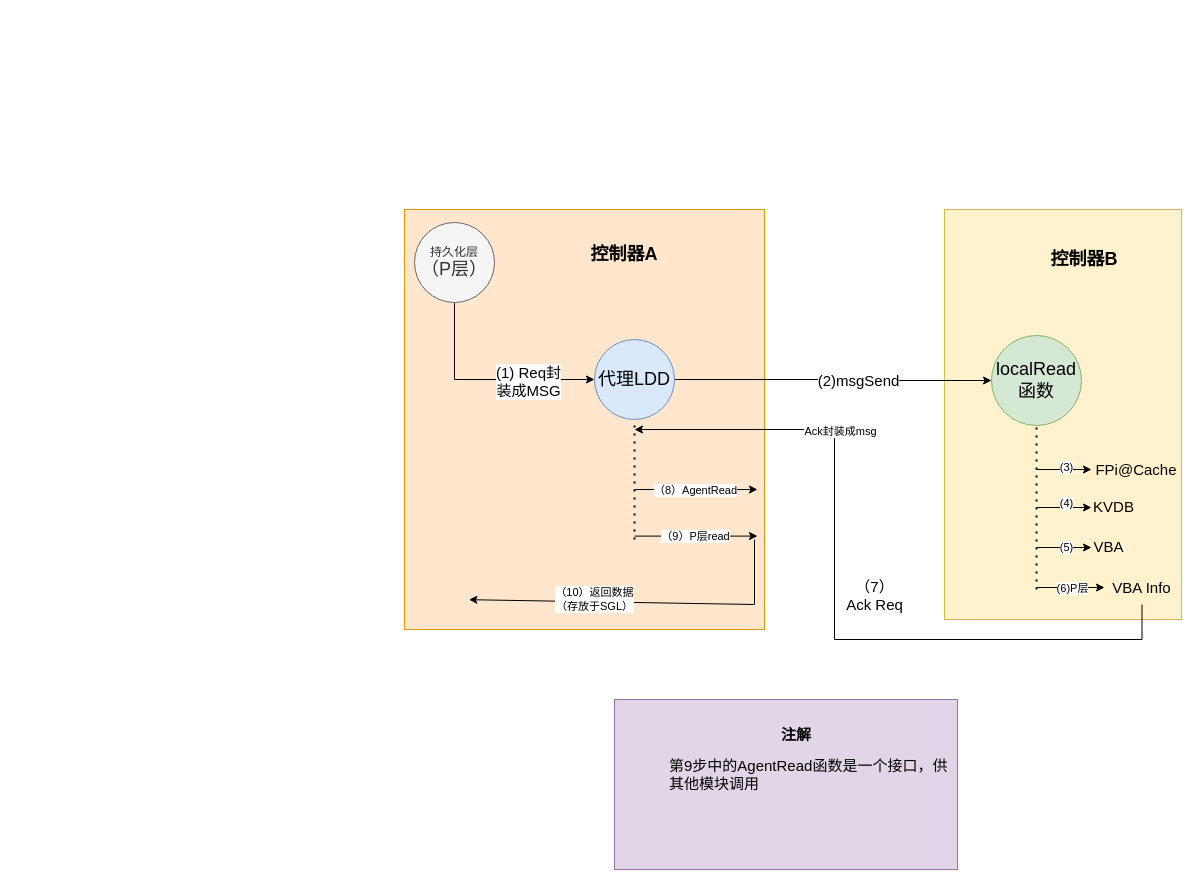
This is MSG转发.drawio from 1152545264/DrawioPaint, a draw.io file, before an edit. Source tidied: cells renumbered, new cells numbered last; positions are measured from the earlier drawing's top-left corner, leaving out a move shared by most shapes. Both pictures are drawn from the tidied source at 100%, with x=0, y=0 at pixel (404, 209).
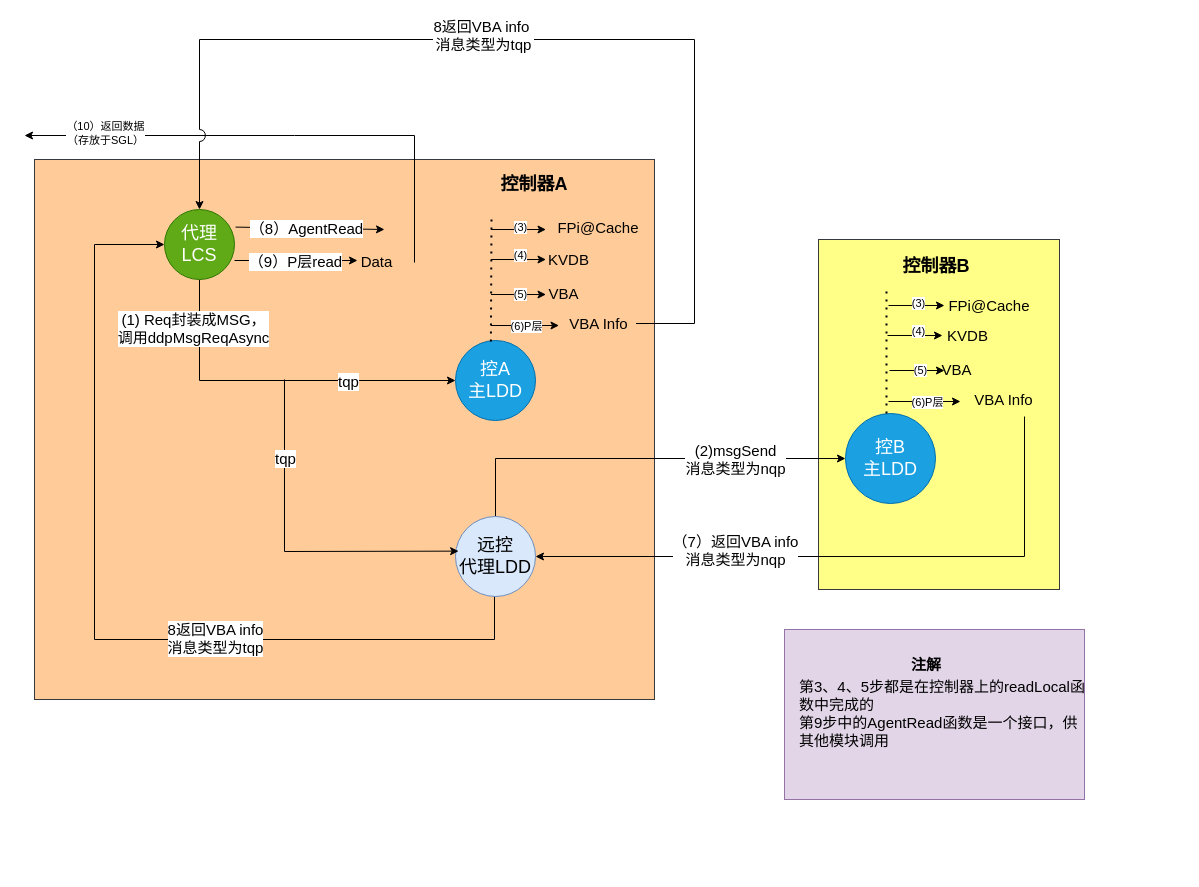
After the change.

What changed in the source:
```diff
@@
-    <mxCell id="2" style="rounded=0;whiteSpace=wrap;html=1;fillColor=#ffe6cc;strokeColor=#d79b00;" parent="1" vertex="1">
-      <mxGeometry width="360" height="420" as="geometry" />
-    </mxCell>
-    <mxCell id="3" style="rounded=0;whiteSpace=wrap;html=1;fillColor=#fff2cc;strokeColor=#d6b656;" parent="1" vertex="1">
-      <mxGeometry x="540" width="237" height="410" as="geometry" />
-    </mxCell>
+    <mxCell id="40" style="rounded=0;whiteSpace=wrap;html=1;fillColor=#ffff88;strokeColor=#36393d;" parent="1" vertex="1">
+      <mxGeometry x="414" y="30" width="241" height="350" as="geometry" />
+    </mxCell>
+    <mxCell id="41" style="rounded=0;whiteSpace=wrap;html=1;fillColor=#ffcc99;strokeColor=#36393d;" parent="1" vertex="1">
+      <mxGeometry x="-370" y="-50" width="620" height="540" as="geometry" />
+    </mxCell>
-    <mxCell id="4" style="edgeStyle=orthogonalEdgeStyle;rounded=0;jettySize=auto;html=1;exitX=0.5;exitY=1;exitDx=0;exitDy=0;entryX=0;entryY=0.5;entryDx=0;entryDy=0;" parent="1" edge="1" source="6" target="9">
+    <mxCell id="4" style="edgeStyle=orthogonalEdgeStyle;rounded=0;jettySize=auto;html=1;exitX=0.5;exitY=1;exitDx=0;exitDy=0;entryX=0;entryY=0.5;entryDx=0;entryDy=0;" parent="1" edge="1" source="6" target="45">
       <mxGeometry relative="1" as="geometry" />
     </mxCell>
-    <mxCell id="5" value="&lt;font style=&quot;font-size: 15px;&quot;&gt;(1) Req封&lt;br&gt;装成MSG&lt;/font&gt;" style="edgeLabel;html=1;align=center;verticalAlign=middle;" parent="4" vertex="1">
-      <mxGeometry x="0.38" y="-1" relative="1" as="geometry" />
+    <mxCell id="5" value="&lt;font style=&quot;font-size: 15px;&quot;&gt;(1) Req封装成MSG，&lt;br&gt;调用ddpMsgReqAsync&lt;/font&gt;" style="edgeLabel;html=1;align=center;verticalAlign=middle;" parent="4" vertex="1">
+      <mxGeometry x="0.38" y="-1" relative="1" as="geometry">
+        <mxPoint x="-152" y="-54" as="offset" />
+      </mxGeometry>
     </mxCell>
+    <mxCell id="42" value="&lt;font style=&quot;font-size: 15px;&quot;&gt;tqp&lt;/font&gt;" style="edgeLabel;html=1;align=center;verticalAlign=middle;" parent="4" vertex="1">
+      <mxGeometry x="0.56" y="-3" relative="1" as="geometry">
+        <mxPoint x="-29" y="-3" as="offset" />
+      </mxGeometry>
+    </mxCell>
-    <mxCell id="6" value="持久化层&lt;br style=&quot;border-color: var(--border-color); color: rgb(51, 51, 51); font-size: 18px;&quot;&gt;&lt;span style=&quot;color: rgb(51, 51, 51); font-size: 18px;&quot;&gt;（P层）&lt;/span&gt;" style="ellipse;whiteSpace=wrap;html=1;fillColor=#f5f5f5;fontColor=#333333;strokeColor=#666666;" parent="1" vertex="1">
-      <mxGeometry x="10" y="13" width="80" height="80" as="geometry" />
+    <mxCell id="6" value="&lt;font style=&quot;font-size: 18px;&quot;&gt;代理LCS&lt;/font&gt;" style="ellipse;whiteSpace=wrap;html=1;fillColor=#60a917;fontColor=#ffffff;strokeColor=#2D7600;" parent="1" vertex="1">
+      <mxGeometry x="-240" width="70" height="70" as="geometry" />
     </mxCell>
-    <mxCell id="7" style="edgeStyle=orthogonalEdgeStyle;rounded=0;jettySize=auto;html=1;entryX=0;entryY=0.5;entryDx=0;entryDy=0;" parent="1" edge="1" source="9" target="10">
-      <mxGeometry relative="1" as="geometry" />
+    <mxCell id="7" style="edgeStyle=orthogonalEdgeStyle;rounded=0;jettySize=auto;html=1;exitX=0.5;exitY=0;exitDx=0;exitDy=0;entryX=0;entryY=0.5;entryDx=0;entryDy=0;" parent="1" edge="1" source="9" target="10">
+      <mxGeometry relative="1" as="geometry">
+        <Array as="points">
+          <mxPoint x="91" y="249" />
+        </Array>
+      </mxGeometry>
     </mxCell>
-    <mxCell id="8" value="&lt;font style=&quot;font-size: 15px;&quot;&gt;(2)msgSend&lt;/font&gt;" style="edgeLabel;html=1;align=center;verticalAlign=middle;" parent="7" vertex="1">
+    <mxCell id="8" value="&lt;font style=&quot;font-size: 15px;&quot;&gt;(2)msgSend&lt;br&gt;消息类型为nqp&lt;br&gt;&lt;/font&gt;" style="edgeLabel;html=1;align=center;verticalAlign=middle;" parent="7" vertex="1">
       <mxGeometry x="-0.19" y="3" relative="1" as="geometry">
-        <mxPoint x="54" y="3" as="offset" />
+        <mxPoint x="132" y="3" as="offset" />
       </mxGeometry>
     </mxCell>
+    <mxCell id="43" style="edgeStyle=orthogonalEdgeStyle;rounded=0;jettySize=auto;html=1;entryX=0;entryY=0.5;entryDx=0;entryDy=0;exitX=0.5;exitY=1;exitDx=0;exitDy=0;" parent="1" edge="1" source="9" target="6">
+      <mxGeometry relative="1" as="geometry">
+        <Array as="points">
+          <mxPoint x="90" y="430" />
+          <mxPoint x="-310" y="430" />
+          <mxPoint x="-310" y="35" />
+        </Array>
+      </mxGeometry>
+    </mxCell>
+    <mxCell id="44" value="&lt;font style=&quot;font-size: 15px;&quot;&gt;8返回VBA info&lt;br&gt;消息类型为tqp&lt;/font&gt;" style="edgeLabel;html=1;align=center;verticalAlign=middle;" parent="43" vertex="1">
+      <mxGeometry x="-0.29" y="-2" relative="1" as="geometry">
+        <mxPoint x="-1" as="offset" />
+      </mxGeometry>
+    </mxCell>
-    <mxCell id="9" value="&lt;font style=&quot;font-size: 18px;&quot;&gt;代理LDD&lt;/font&gt;" style="ellipse;whiteSpace=wrap;html=1;fillColor=#dae8fc;strokeColor=#6c8ebf;" parent="1" vertex="1">
-      <mxGeometry x="190" y="130" width="80" height="80" as="geometry" />
+    <mxCell id="9" value="&lt;font style=&quot;font-size: 18px;&quot;&gt;远控&lt;br&gt;代理LDD&lt;/font&gt;" style="ellipse;whiteSpace=wrap;html=1;fillColor=#dae8fc;strokeColor=#6c8ebf;" parent="1" vertex="1">
+      <mxGeometry x="51" y="307" width="80" height="80" as="geometry" />
     </mxCell>
-    <mxCell id="10" value="&lt;span style=&quot;font-size: 18px;&quot;&gt;localRead&lt;br&gt;函数&lt;br&gt;&lt;/span&gt;" style="ellipse;whiteSpace=wrap;html=1;fillColor=#d5e8d4;strokeColor=#82b366;" parent="1" vertex="1">
-      <mxGeometry x="587" y="126" width="90" height="90" as="geometry" />
+    <mxCell id="10" value="&lt;span style=&quot;font-size: 18px;&quot;&gt;控B&lt;br&gt;主LDD&lt;br&gt;&lt;/span&gt;" style="ellipse;whiteSpace=wrap;html=1;fillColor=#1ba1e2;strokeColor=#006EAF;fontColor=#ffffff;" parent="1" vertex="1">
+      <mxGeometry x="441" y="204" width="90" height="90" as="geometry" />
     </mxCell>
-    <mxCell id="11" style="endArrow=classic;html=1;rounded=0;entryX=0;entryY=0.5;entryDx=0;entryDy=0;" parent="1" edge="1" target="13">
+    <mxCell id="11" style="endArrow=classic;html=1;rounded=0;entryX=0;entryY=0.5;entryDx=0;entryDy=0;" parent="1" edge="1">
       <mxGeometry relative="1" as="geometry">
-        <mxPoint x="632" y="260" as="sourcePoint" />
+        <mxPoint x="484" y="96" as="sourcePoint" />
+        <mxPoint x="540" y="96" as="targetPoint" />
       </mxGeometry>
     </mxCell>
@@
     <mxCell id="13" value="&lt;font style=&quot;font-size: 15px;&quot;&gt;FPi@Cache&lt;/font&gt;" style="text;strokeColor=none;align=center;fillColor=none;html=1;verticalAlign=middle;whiteSpace=wrap;rounded=0;" parent="1" vertex="1">
-      <mxGeometry x="687" y="243" width="90" height="34" as="geometry" />
+      <mxGeometry x="540" y="79" width="90" height="34" as="geometry" />
     </mxCell>
     <mxCell id="14" style="endArrow=classic;html=1;rounded=0;entryX=0;entryY=0.5;entryDx=0;entryDy=0;" parent="1" edge="1">
       <mxGeometry relative="1" as="geometry">
-        <mxPoint x="632" y="298" as="sourcePoint" />
-        <mxPoint x="687" y="298" as="targetPoint" />
+        <mxPoint x="483" y="126" as="sourcePoint" />
+        <mxPoint x="538" y="126" as="targetPoint" />
       </mxGeometry>
     </mxCell>
     <mxCell id="15" value="(4)" style="edgeLabel;html=1;align=center;verticalAlign=middle;" parent="14" vertex="1">
-      <mxGeometry x="0.04" y="5" relative="1" as="geometry" />
+      <mxGeometry x="0.04" y="5" relative="1" as="geometry">
+        <mxPoint x="1" as="offset" />
+      </mxGeometry>
     </mxCell>
     <mxCell id="16" value="&lt;font style=&quot;font-size: 15px;&quot;&gt;KVDB&lt;/font&gt;" style="text;strokeColor=none;align=center;fillColor=none;html=1;verticalAlign=middle;whiteSpace=wrap;rounded=0;" parent="1" vertex="1">
-      <mxGeometry x="682" y="280" width="55" height="34" as="geometry" />
+      <mxGeometry x="536" y="109" width="55" height="34" as="geometry" />
     </mxCell>
     <mxCell id="17" style="endArrow=classic;html=1;rounded=0;entryX=0;entryY=0.5;entryDx=0;entryDy=0;" parent="1" edge="1">
       <mxGeometry relative="1" as="geometry">
-        <mxPoint x="632" y="338" as="sourcePoint" />
-        <mxPoint x="687" y="338" as="targetPoint" />
+        <mxPoint x="485" y="161" as="sourcePoint" />
+        <mxPoint x="540" y="161" as="targetPoint" />
       </mxGeometry>
     </mxCell>
     <mxCell id="18" value="(5)" style="edgeLabel;html=1;align=center;verticalAlign=middle;" parent="17" vertex="1">
-      <mxGeometry x="0.04" y="1" relative="1" as="geometry" />
+      <mxGeometry x="0.04" y="1" relative="1" as="geometry">
+        <mxPoint x="1" as="offset" />
+      </mxGeometry>
     </mxCell>
     <mxCell id="19" value="&lt;font style=&quot;font-size: 15px;&quot;&gt;VBA&lt;/font&gt;" style="text;strokeColor=none;align=center;fillColor=none;html=1;verticalAlign=middle;whiteSpace=wrap;rounded=0;" parent="1" vertex="1">
-      <mxGeometry x="682" y="320" width="45" height="34" as="geometry" />
+      <mxGeometry x="530" y="143" width="45" height="34" as="geometry" />
     </mxCell>
-    <mxCell id="20" style="edgeStyle=orthogonalEdgeStyle;rounded=0;jettySize=auto;html=1;" parent="1" edge="1" source="23">
+    <mxCell id="20" style="edgeStyle=orthogonalEdgeStyle;rounded=0;jettySize=auto;html=1;entryX=1;entryY=0.5;entryDx=0;entryDy=0;" parent="1" edge="1" source="23" target="9">
       <mxGeometry relative="1" as="geometry">
-        <mxPoint x="230" y="220" as="targetPoint" />
         <Array as="points">
-          <mxPoint x="738" y="430" />
-          <mxPoint x="430" y="430" />
-          <mxPoint x="430" y="220" />
+          <mxPoint x="620" y="347" />
         </Array>
       </mxGeometry>
     </mxCell>
-    <mxCell id="21" value="&lt;font style=&quot;font-size: 15px;&quot;&gt;（7）&lt;br&gt;Ack Req&lt;/font&gt;" style="edgeLabel;html=1;align=center;verticalAlign=middle;" parent="20" vertex="1">
+    <mxCell id="21" value="&lt;font style=&quot;font-size: 15px;&quot;&gt;（7）返回VBA info&lt;br&gt;消息类型为nqp&lt;br&gt;&lt;/font&gt;" style="edgeLabel;html=1;align=center;verticalAlign=middle;" parent="20" vertex="1">
       <mxGeometry x="-0.22" relative="1" as="geometry">
-        <mxPoint x="-10" y="-45" as="offset" />
+        <mxPoint x="-185" y="-7" as="offset" />
       </mxGeometry>
     </mxCell>
-    <mxCell id="22" value="Ack封装成msg" style="edgeLabel;html=1;align=center;verticalAlign=middle;" parent="20" vertex="1">
-      <mxGeometry x="0.72" y="1" relative="1" as="geometry">
-        <mxPoint x="100" as="offset" />
-      </mxGeometry>
-    </mxCell>
     <mxCell id="23" value="&lt;font style=&quot;font-size: 15px;&quot;&gt;VBA Info&lt;/font&gt;" style="text;strokeColor=none;align=center;fillColor=none;html=1;verticalAlign=middle;whiteSpace=wrap;rounded=0;" parent="1" vertex="1">
-      <mxGeometry x="700" y="361" width="75" height="34" as="geometry" />
+      <mxGeometry x="562" y="173" width="75" height="34" as="geometry" />
     </mxCell>
-    <mxCell id="24" style="endArrow=classic;html=1;rounded=0;entryX=0;entryY=0.5;entryDx=0;entryDy=0;" parent="1" edge="1" target="23">
+    <mxCell id="24" style="endArrow=classic;html=1;rounded=0;" parent="1" edge="1">
       <mxGeometry relative="1" as="geometry">
-        <mxPoint x="632" y="378" as="sourcePoint" />
+        <mxPoint x="484" y="192" as="sourcePoint" />
+        <mxPoint x="556" y="192" as="targetPoint" />
       </mxGeometry>
     </mxCell>
     <mxCell id="25" value="(6)P层" style="edgeLabel;html=1;align=center;verticalAlign=middle;" parent="24" vertex="1">
       <mxGeometry x="-0.18" relative="1" as="geometry">
-        <mxPoint x="7" as="offset" />
+        <mxPoint x="8" as="offset" />
       </mxGeometry>
     </mxCell>
     <mxCell id="26" style="endArrow=classic;html=1;rounded=0;" parent="1" edge="1">
       <mxGeometry relative="1" as="geometry">
-        <mxPoint x="230" y="280" as="sourcePoint" />
-        <mxPoint x="353" y="280" as="targetPoint" />
+        <mxPoint x="-169" y="17.6" as="sourcePoint" />
+        <mxPoint x="-20" y="20" as="targetPoint" />
       </mxGeometry>
     </mxCell>
-    <mxCell id="27" value="（8）AgentRead" style="edgeLabel;html=1;align=center;verticalAlign=middle;" parent="26" vertex="1">
+    <mxCell id="27" value="&lt;font style=&quot;font-size: 15px;&quot;&gt;（8）AgentRead&lt;/font&gt;" style="edgeLabel;html=1;align=center;verticalAlign=middle;" parent="26" vertex="1">
       <mxGeometry x="-0.22" y="1" relative="1" as="geometry">
         <mxPoint x="12" y="1" as="offset" />
       </mxGeometry>
     </mxCell>
     <mxCell id="28" style="endArrow=classic;html=1;rounded=0;" parent="1" edge="1">
       <mxGeometry relative="1" as="geometry">
-        <mxPoint x="230" y="326.6" as="sourcePoint" />
-        <mxPoint x="353" y="326.6" as="targetPoint" />
+        <mxPoint x="-170" y="51" as="sourcePoint" />
+        <mxPoint x="-47" y="51" as="targetPoint" />
       </mxGeometry>
     </mxCell>
-    <mxCell id="29" value="（9）P层read" style="edgeLabel;html=1;align=center;verticalAlign=middle;" parent="28" vertex="1">
+    <mxCell id="29" value="&lt;font style=&quot;font-size: 15px;&quot;&gt;（9）P层read&lt;/font&gt;" style="edgeLabel;html=1;align=center;verticalAlign=middle;" parent="28" vertex="1">
       <mxGeometry x="-0.22" y="1" relative="1" as="geometry">
         <mxPoint x="12" y="1" as="offset" />
       </mxGeometry>
     </mxCell>
-    <mxCell id="30" style="endArrow=none;dashed=1;html=1;dashPattern=1 3;strokeWidth=2;rounded=0;entryX=0.5;entryY=1;entryDx=0;entryDy=0;" parent="1" edge="1" target="9">
-      <mxGeometry relative="1" as="geometry">
-        <mxPoint x="230" y="330" as="sourcePoint" />
-      </mxGeometry>
-    </mxCell>
-    <mxCell id="31" style="endArrow=none;dashed=1;html=1;dashPattern=1 3;strokeWidth=2;rounded=0;entryX=0.5;entryY=1;entryDx=0;entryDy=0;" parent="1" edge="1" target="10">
+    <mxCell id="31" style="endArrow=none;dashed=1;html=1;dashPattern=1 3;strokeWidth=2;rounded=0;exitX=0.5;exitY=0;exitDx=0;exitDy=0;" parent="1" edge="1">
       <mxGeometry relative="1" as="geometry">
-        <mxPoint x="632" y="380" as="sourcePoint" />
+        <mxPoint x="482" y="204" as="sourcePoint" />
+        <mxPoint x="482" y="80" as="targetPoint" />
       </mxGeometry>
     </mxCell>
-    <mxCell id="32" value="&lt;font style=&quot;font-size: 18px;&quot;&gt;&lt;b&gt;控制器A&lt;/b&gt;&lt;/font&gt;" style="text;strokeColor=none;align=center;fillColor=none;html=1;verticalAlign=middle;whiteSpace=wrap;rounded=0;" parent="1" vertex="1">
-      <mxGeometry x="180" y="30" width="80" height="30" as="geometry" />
-    </mxCell>
     <mxCell id="33" value="&lt;font style=&quot;font-size: 18px;&quot;&gt;&lt;b&gt;控制器B&lt;/b&gt;&lt;/font&gt;" style="text;strokeColor=none;align=center;fillColor=none;html=1;verticalAlign=middle;whiteSpace=wrap;rounded=0;" parent="1" vertex="1">
-      <mxGeometry x="640" y="35" width="80" height="30" as="geometry" />
+      <mxGeometry x="492" y="42" width="80" height="30" as="geometry" />
     </mxCell>
-    <mxCell id="34" style="endArrow=classic;html=1;rounded=0;entryX=0.179;entryY=0.929;entryDx=0;entryDy=0;entryPerimeter=0;" parent="1" edge="1" target="2">
+    <mxCell id="34" style="endArrow=classic;html=1;rounded=0;exitX=1;exitY=0.5;exitDx=0;exitDy=0;" parent="1" edge="1">
       <mxGeometry relative="1" as="geometry">
-        <mxPoint x="350" y="330" as="sourcePoint" />
+        <mxPoint x="10" y="53" as="sourcePoint" />
+        <mxPoint x="-380" y="-74" as="targetPoint" />
         <Array as="points">
-          <mxPoint x="350" y="395" />
+          <mxPoint x="10" y="-74" />
+          <mxPoint x="-110" y="-74" />
+          <mxPoint x="-300" y="-74" />
         </Array>
       </mxGeometry>
     </mxCell>
     <mxCell id="35" value="（10）返回数据&lt;br&gt;（存放于SGL）" style="edgeLabel;html=1;align=center;verticalAlign=middle;" parent="34" vertex="1">
-      <mxGeometry x="0.29" y="-3" relative="1" as="geometry" />
+      <mxGeometry x="0.29" y="-3" relative="1" as="geometry">
+        <mxPoint x="-104" as="offset" />
+      </mxGeometry>
     </mxCell>
     <mxCell id="36" style="group;" parent="1" vertex="1">
-      <mxGeometry x="210" y="490" width="343" height="170" as="geometry" />
+      <mxGeometry x="340" y="420" width="343" height="170" as="geometry" />
     </mxCell>
     <mxCell id="37" style="whiteSpace=wrap;html=1;fillColor=#e1d5e7;strokeColor=#9673a6;" parent="36" vertex="1">
-      <mxGeometry width="343" height="170" as="geometry" />
+      <mxGeometry x="40" width="300" height="170" as="geometry" />
     </mxCell>
-    <mxCell id="38" value="&lt;font style=&quot;font-size: 15px;&quot;&gt;第9步中的AgentRead函数是一个接口，供其他模块调用&lt;/font&gt;" style="text;strokeColor=none;align=left;fillColor=none;html=1;verticalAlign=middle;whiteSpace=wrap;rounded=0;" parent="36" vertex="1">
+    <mxCell id="38" value="&lt;font style=&quot;font-size: 15px;&quot;&gt;&lt;br&gt;第3、4、5步都是在控制器上的readLocal函数中完成的&lt;br&gt;第9步中的AgentRead函数是一个接口，供其他模块调用&lt;/font&gt;" style="text;strokeColor=none;align=left;fillColor=none;html=1;verticalAlign=middle;whiteSpace=wrap;rounded=0;" parent="36" vertex="1">
       <mxGeometry x="53" y="60" width="290" height="30" as="geometry" />
     </mxCell>
@@
+    <mxCell id="45" value="&lt;font style=&quot;font-size: 18px;&quot;&gt;控A&lt;br&gt;主LDD&lt;/font&gt;" style="ellipse;whiteSpace=wrap;html=1;fillColor=#1ba1e2;fontColor=#ffffff;strokeColor=#006EAF;" parent="1" vertex="1">
+      <mxGeometry x="51" y="131" width="80" height="80" as="geometry" />
+    </mxCell>
+    <mxCell id="46" style="endArrow=classic;html=1;rounded=0;entryX=0;entryY=0.5;entryDx=0;entryDy=0;" parent="1" edge="1">
+      <mxGeometry relative="1" as="geometry">
+        <mxPoint x="86.5" y="20" as="sourcePoint" />
+        <mxPoint x="141.5" y="20" as="targetPoint" />
+      </mxGeometry>
+    </mxCell>
+    <mxCell id="47" value="(3)" style="edgeLabel;html=1;align=center;verticalAlign=middle;" parent="46" vertex="1">
+      <mxGeometry x="0.04" y="3" relative="1" as="geometry" />
+    </mxCell>
+    <mxCell id="48" style="endArrow=classic;html=1;rounded=0;entryX=0;entryY=0.5;entryDx=0;entryDy=0;" parent="1" edge="1">
+      <mxGeometry relative="1" as="geometry">
+        <mxPoint x="86.5" y="50" as="sourcePoint" />
+        <mxPoint x="141.5" y="50" as="targetPoint" />
+      </mxGeometry>
+    </mxCell>
+    <mxCell id="49" value="(4)" style="edgeLabel;html=1;align=center;verticalAlign=middle;" parent="48" vertex="1">
+      <mxGeometry x="0.04" y="5" relative="1" as="geometry" />
+    </mxCell>
+    <mxCell id="50" value="&lt;font style=&quot;font-size: 15px;&quot;&gt;KVDB&lt;/font&gt;" style="text;strokeColor=none;align=center;fillColor=none;html=1;verticalAlign=middle;whiteSpace=wrap;rounded=0;" parent="1" vertex="1">
+      <mxGeometry x="136.5" y="33" width="55" height="34" as="geometry" />
+    </mxCell>
+    <mxCell id="51" style="endArrow=classic;html=1;rounded=0;entryX=0;entryY=0.5;entryDx=0;entryDy=0;" parent="1" edge="1">
+      <mxGeometry relative="1" as="geometry">
+        <mxPoint x="86.5" y="85" as="sourcePoint" />
+        <mxPoint x="141.5" y="85" as="targetPoint" />
+      </mxGeometry>
+    </mxCell>
+    <mxCell id="52" value="(5)" style="edgeLabel;html=1;align=center;verticalAlign=middle;" parent="51" vertex="1">
+      <mxGeometry x="0.04" y="1" relative="1" as="geometry" />
+    </mxCell>
+    <mxCell id="53" value="&lt;font style=&quot;font-size: 15px;&quot;&gt;VBA&lt;/font&gt;" style="text;strokeColor=none;align=center;fillColor=none;html=1;verticalAlign=middle;whiteSpace=wrap;rounded=0;" parent="1" vertex="1">
+      <mxGeometry x="136.5" y="67" width="45" height="34" as="geometry" />
+    </mxCell>
+    <mxCell id="54" style="endArrow=classic;html=1;rounded=0;entryX=0;entryY=0.5;entryDx=0;entryDy=0;" parent="1" edge="1">
+      <mxGeometry relative="1" as="geometry">
+        <mxPoint x="86.5" y="116" as="sourcePoint" />
+        <mxPoint x="154.5" y="116" as="targetPoint" />
+      </mxGeometry>
+    </mxCell>
+    <mxCell id="55" value="(6)P层" style="edgeLabel;html=1;align=center;verticalAlign=middle;" parent="54" vertex="1">
+      <mxGeometry x="-0.18" relative="1" as="geometry">
+        <mxPoint x="7" as="offset" />
+      </mxGeometry>
+    </mxCell>
+    <mxCell id="56" style="endArrow=none;dashed=1;html=1;dashPattern=1 3;strokeWidth=2;rounded=0;" parent="1" edge="1">
+      <mxGeometry relative="1" as="geometry">
+        <mxPoint x="86.4" y="132" as="sourcePoint" />
+        <mxPoint x="87" y="10" as="targetPoint" />
+      </mxGeometry>
+    </mxCell>
+    <mxCell id="57" value="&lt;font style=&quot;font-size: 15px;&quot;&gt;Data&lt;/font&gt;" style="text;strokeColor=none;align=center;fillColor=none;html=1;verticalAlign=middle;whiteSpace=wrap;rounded=0;" parent="1" vertex="1">
+      <mxGeometry x="-65" y="35" width="75" height="34" as="geometry" />
+    </mxCell>
+    <mxCell id="58" value="&lt;font style=&quot;font-size: 15px;&quot;&gt;FPi@Cache&lt;/font&gt;" style="text;strokeColor=none;align=center;fillColor=none;html=1;verticalAlign=middle;whiteSpace=wrap;rounded=0;" parent="1" vertex="1">
+      <mxGeometry x="149" y="1" width="90" height="34" as="geometry" />
+    </mxCell>
+    <mxCell id="59" style="edgeStyle=none;jettySize=auto;html=1;rounded=0;entryX=0.039;entryY=0.433;entryDx=0;entryDy=0;entryPerimeter=0;" parent="1" edge="1" target="9">
+      <mxGeometry relative="1" as="geometry">
+        <mxPoint x="-120" y="170" as="sourcePoint" />
+        <Array as="points">
+          <mxPoint x="-120" y="342" />
+        </Array>
+      </mxGeometry>
+    </mxCell>
+    <mxCell id="60" value="&lt;font style=&quot;font-size: 15px;&quot;&gt;tqp&lt;/font&gt;" style="edgeLabel;html=1;align=center;verticalAlign=middle;" parent="59" vertex="1">
+      <mxGeometry x="-0.53" y="6" relative="1" as="geometry">
+        <mxPoint x="-6" y="-3" as="offset" />
+      </mxGeometry>
+    </mxCell>
+    <mxCell id="61" style="edgeStyle=orthogonalEdgeStyle;rounded=0;jettySize=auto;html=1;entryX=0.5;entryY=0;entryDx=0;entryDy=0;jumpStyle=arc;jumpSize=12;" parent="1" edge="1" source="63" target="6">
+      <mxGeometry relative="1" as="geometry">
+        <Array as="points">
+          <mxPoint x="290" y="114" />
+          <mxPoint x="290" y="-170" />
+          <mxPoint x="-205" y="-170" />
+        </Array>
+      </mxGeometry>
+    </mxCell>
+    <mxCell id="62" value="&lt;font style=&quot;font-size: 15px;&quot;&gt;8返回VBA info&amp;nbsp;&lt;br&gt;消息类型为tqp&lt;/font&gt;" style="edgeLabel;html=1;align=center;verticalAlign=middle;" parent="61" vertex="1">
+      <mxGeometry x="0.1" y="-5" relative="1" as="geometry" />
+    </mxCell>
+    <mxCell id="63" value="&lt;font style=&quot;font-size: 15px;&quot;&gt;VBA Info&lt;/font&gt;" style="text;strokeColor=none;align=center;fillColor=none;html=1;verticalAlign=middle;whiteSpace=wrap;rounded=0;" parent="1" vertex="1">
+      <mxGeometry x="156.5" y="97" width="75" height="34" as="geometry" />
+    </mxCell>
+    <mxCell id="32" value="&lt;font style=&quot;font-size: 18px;&quot;&gt;&lt;b&gt;控制器A&lt;br&gt;&lt;/b&gt;&lt;/font&gt;" style="text;strokeColor=none;align=center;fillColor=none;html=1;verticalAlign=middle;whiteSpace=wrap;rounded=0;" parent="1" vertex="1">
+      <mxGeometry x="90" y="-40" width="80" height="30" as="geometry" />
+    </mxCell>
```
